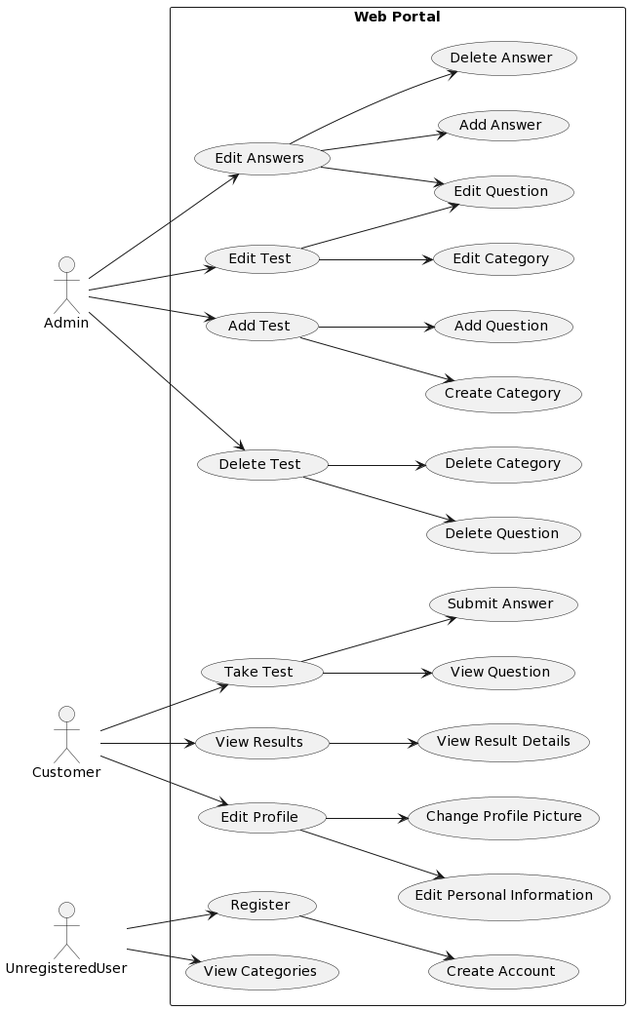
Above: assets/diagramms/UseCase.png in SvitLanaSvit/Step_Academy_CourseProject_TestSystem_2023 (PlantUML), before the change. Its diagram source:
```plantuml
@startuml
left to right direction

actor Admin
actor Customer
actor UnregisteredUser

rectangle "Web Portal" {
  Admin --> (Add Test)
  Admin --> (Edit Test)
  Admin --> (Delete Test)
  Admin --> (Edit Answers)

  Customer --> (Take Test)
  Customer --> (View Results)
  Customer --> (Edit Profile)

  UnregisteredUser --> (View Categories)
  UnregisteredUser --> (Register)

  (Add Test) --> (Create Category)
  (Add Test) --> (Add Question)
  (Edit Test) --> (Edit Category)
  (Edit Test) --> (Edit Question)
  (Delete Test) --> (Delete Category)
  (Delete Test) --> (Delete Question)
  (Edit Answers) --> (Edit Question)
  (Edit Answers) --> (Add Answer)
  (Edit Answers) --> (Delete Answer)
  (Take Test) --> (View Question)
  (Take Test) --> (Submit Answer)
  (View Results) --> (View Result Details)
  (Edit Profile) --> (Edit Personal Information)
  (Edit Profile) --> (Change Profile Picture)

  (Register) --> (Create Account)
}
@enduml
```
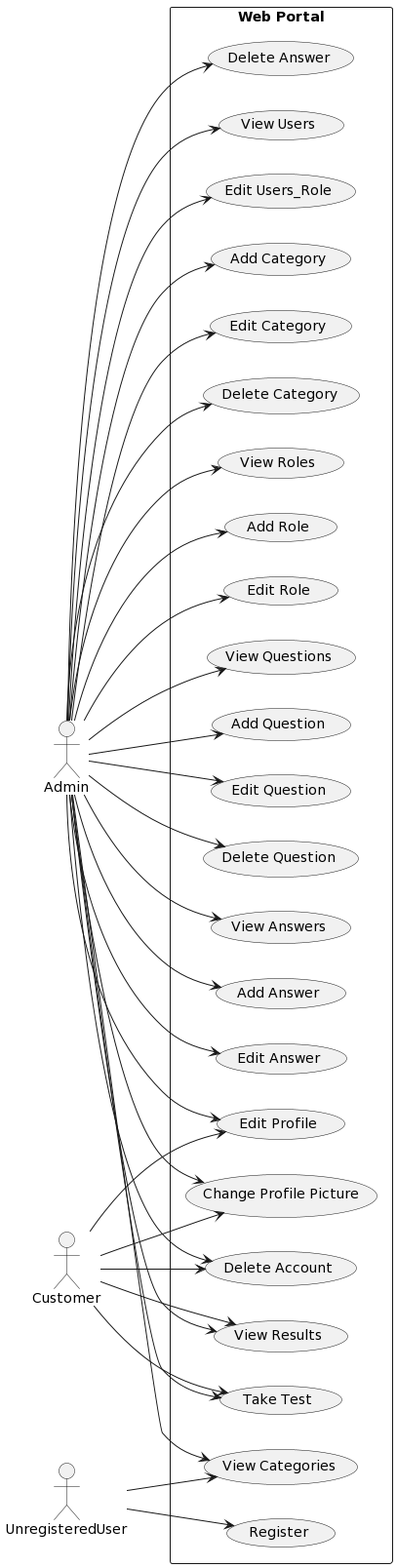
After the change.

Diff of the diagram source:
```diff
@@ -6,33 +6,37 @@
 actor UnregisteredUser
 
 rectangle "Web Portal" {
-  Admin --> (Add Test)
-  Admin --> (Edit Test)
-  Admin --> (Delete Test)
-  Admin --> (Edit Answers)
+  Admin --> (View Categories)
+  Admin --> (Add Category)
+  Admin --> (Edit Category)
+  Admin --> (Delete Category)
+  Admin --> (View Roles)
+  Admin --> (Add Role)
+  Admin --> (Edit Role)
+  Admin --> (View Questions)
+  Admin --> (Add Question)
+  Admin --> (Edit Question)
+  Admin --> (Delete Question)
+  Admin --> (View Answers)
+  Admin --> (Add Answer)
+  Admin --> (Edit Answer)
+  Admin --> (Delete Answer)
+  Admin --> (View Users)
+  Admin --> (Edit Users_Role)
+  Admin --> (View Results)
+
+  Admin --> (Take Test)
+  Admin --> (Edit Profile)
+  Admin --> (Change Profile Picture)
+  Admin --> (Delete Account)
 
   Customer --> (Take Test)
   Customer --> (View Results)
   Customer --> (Edit Profile)
+  Customer --> (Change Profile Picture)
+  Customer --> (Delete Account)
 
   UnregisteredUser --> (View Categories)
   UnregisteredUser --> (Register)
-
-  (Add Test) --> (Create Category)
-  (Add Test) --> (Add Question)
-  (Edit Test) --> (Edit Category)
-  (Edit Test) --> (Edit Question)
-  (Delete Test) --> (Delete Category)
-  (Delete Test) --> (Delete Question)
-  (Edit Answers) --> (Edit Question)
-  (Edit Answers) --> (Add Answer)
-  (Edit Answers) --> (Delete Answer)
-  (Take Test) --> (View Question)
-  (Take Test) --> (Submit Answer)
-  (View Results) --> (View Result Details)
-  (Edit Profile) --> (Edit Personal Information)
-  (Edit Profile) --> (Change Profile Picture)
-
-  (Register) --> (Create Account)
 }
 @enduml
```
